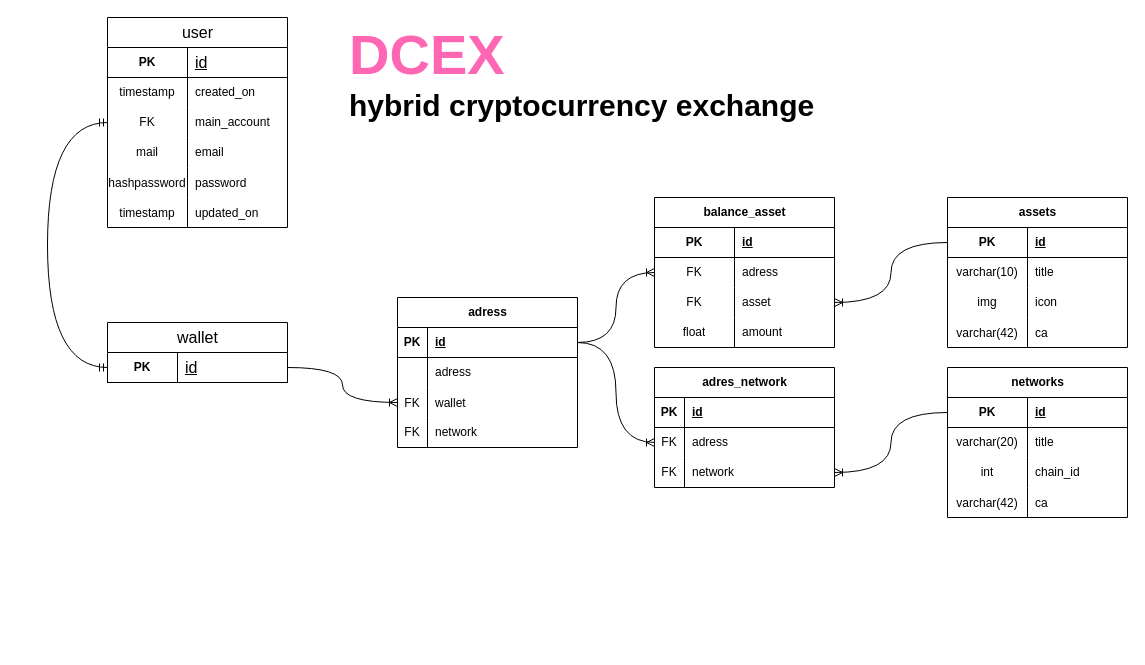
on3ginnn/DCEX keeps this draw.io diagram as dCEX_ER.drawio. Above is the earlier version. Source tidied: cells renumbered, new cells numbered last; positions are measured from the earlier drawing's top-left corner, leaving out a move shared by most shapes. Both pictures are drawn from the tidied source at 100%, with x=0, y=0 at pixel (47, 17).
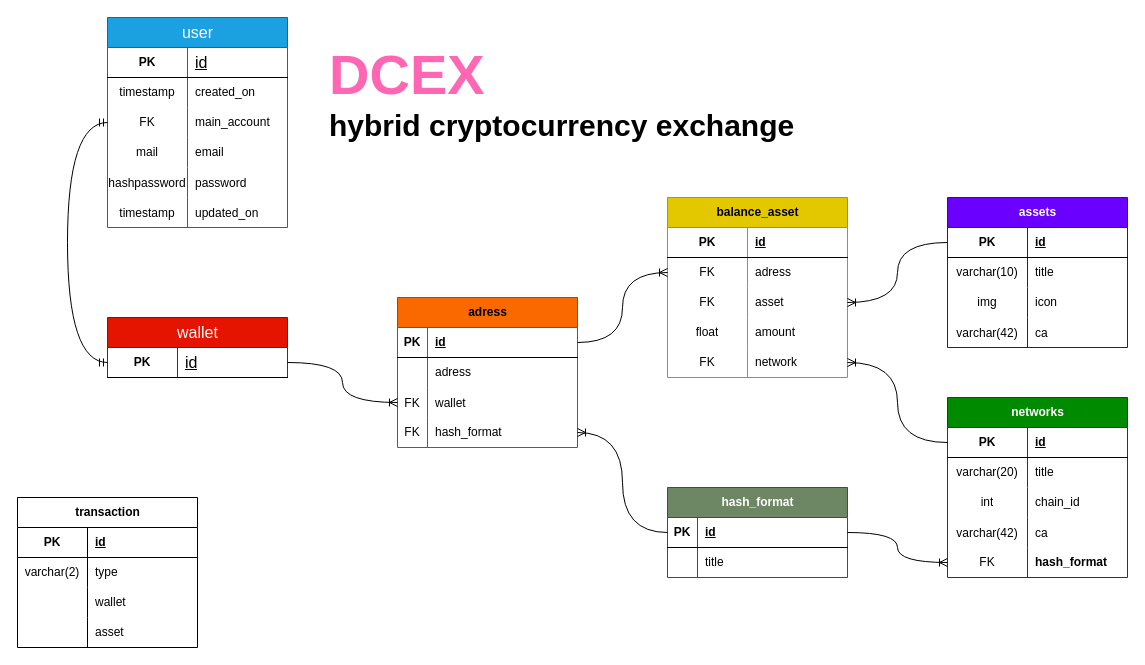
After the change.

Unchanged cells that the change refers to:
```xml
<mxCell id="9" style="shape=tableRow;horizontal=0;startSize=0;swimlaneHead=0;swimlaneBody=0;fillColor=none;points=[[0,0.5],[1,0.5]];portConstraint=eastwest;top=0;left=0;right=0;bottom=0;" parent="2" vertex="1">
  <mxGeometry y="90" width="180" height="30" as="geometry" />
</mxCell>
<mxCell id="49" style="shape=tableRow;horizontal=0;startSize=0;swimlaneHead=0;swimlaneBody=0;fillColor=none;points=[[0,0.5],[1,0.5]];portConstraint=eastwest;top=0;left=0;right=0;bottom=1;" parent="48" vertex="1">
  <mxGeometry y="30" width="180" height="30" as="geometry" />
</mxCell>
<mxCell id="55" style="shape=tableRow;horizontal=0;startSize=0;swimlaneHead=0;swimlaneBody=0;fillColor=none;points=[[0,0.5],[1,0.5]];portConstraint=eastwest;top=0;left=0;right=0;bottom=1;" parent="54" vertex="1">
  <mxGeometry y="30" width="180" height="30" as="geometry" />
</mxCell>
<mxCell id="64" style="shape=tableRow;horizontal=0;startSize=0;swimlaneHead=0;swimlaneBody=0;fillColor=none;points=[[0,0.5],[1,0.5]];portConstraint=eastwest;top=0;left=0;right=0;bottom=0;" parent="54" vertex="1">
  <mxGeometry y="120" width="180" height="30" as="geometry" />
</mxCell>
<mxCell id="70" style="shape=tableRow;horizontal=0;startSize=0;swimlaneHead=0;swimlaneBody=0;fillColor=none;points=[[0,0.5],[1,0.5]];portConstraint=eastwest;top=0;left=0;right=0;bottom=1;" parent="69" vertex="1">
  <mxGeometry y="30" width="180" height="30" as="geometry" />
</mxCell>
<mxCell id="83" style="shape=tableRow;horizontal=0;startSize=0;swimlaneHead=0;swimlaneBody=0;fillColor=none;points=[[0,0.5],[1,0.5]];portConstraint=eastwest;top=0;left=0;right=0;bottom=1;" parent="82" vertex="1">
  <mxGeometry y="30" width="180" height="30" as="geometry" />
</mxCell>
<mxCell id="86" style="shape=tableRow;horizontal=0;startSize=0;swimlaneHead=0;swimlaneBody=0;fillColor=none;points=[[0,0.5],[1,0.5]];portConstraint=eastwest;top=0;left=0;right=0;bottom=0;" parent="82" vertex="1">
  <mxGeometry y="60" width="180" height="30" as="geometry" />
</mxCell>
```

Change to the diagram source:
```diff
@@
-    <mxCell id="2" value="&lt;span style=&quot;font-size: 16px; font-weight: 400;&quot;&gt;user&lt;/span&gt;" style="shape=table;startSize=30;childLayout=tableLayout;rowLines=0;fontStyle=1;align=center;html=1;" parent="1" vertex="1">
+    <mxCell id="2" value="&lt;span style=&quot;font-size: 16px; font-weight: 400;&quot;&gt;user&lt;/span&gt;" style="shape=table;startSize=30;childLayout=tableLayout;rowLines=0;fontStyle=1;align=center;html=1;fillColor=#1ba1e2;strokeColor=#006EAF;fontColor=#ffffff;" parent="1" vertex="1">
       <mxGeometry x="60" width="180" height="210" as="geometry" />
     </mxCell>
@@
-    <mxCell id="21" value="balance_asset" style="shape=table;startSize=30;childLayout=tableLayout;rowLines=0;fontStyle=1;align=center;html=1;" parent="1" vertex="1">
-      <mxGeometry x="607" y="180" width="180" height="150" as="geometry" />
+    <mxCell id="21" value="balance_asset" style="shape=table;startSize=30;childLayout=tableLayout;rowLines=0;fontStyle=1;align=center;html=1;fillColor=#e3c800;fontColor=#000000;strokeColor=#B09500;" parent="1" vertex="1">
+      <mxGeometry x="620" y="180" width="180" height="180" as="geometry" />
     </mxCell>
@@
+    <mxCell id="94" style="shape=tableRow;horizontal=0;startSize=0;swimlaneHead=0;swimlaneBody=0;fillColor=none;points=[[0,0.5],[1,0.5]];portConstraint=eastwest;top=0;left=0;right=0;bottom=0;" parent="21" vertex="1">
+      <mxGeometry y="150" width="180" height="30" as="geometry" />
+    </mxCell>
+    <mxCell id="95" value="FK" style="shape=partialRectangle;fillColor=none;top=0;left=0;bottom=0;right=0;fontStyle=0;overflow=hidden;whiteSpace=wrap;html=1;" parent="94" vertex="1">
+      <mxGeometry width="80" height="30" as="geometry" />
+    </mxCell>
+    <mxCell id="91" value="network" style="shape=partialRectangle;fillColor=none;top=0;left=0;bottom=0;right=0;align=left;spacingLeft=6;fontStyle=0;overflow=hidden;whiteSpace=wrap;html=1;" parent="94" vertex="1">
+      <mxGeometry x="80" width="100" height="30" as="geometry" />
+    </mxCell>
@@
-    <mxCell id="35" value="assets" style="shape=table;startSize=30;childLayout=tableLayout;rowLines=0;fontStyle=1;align=center;html=1;" parent="1" vertex="1">
+    <mxCell id="35" value="assets" style="shape=table;startSize=30;childLayout=tableLayout;rowLines=0;fontStyle=1;align=center;html=1;fillColor=#6a00ff;fontColor=#ffffff;strokeColor=#3700CC;" parent="1" vertex="1">
       <mxGeometry x="900" y="180" width="180" height="150" as="geometry" />
     </mxCell>
@@
-    <mxCell id="48" value="&lt;span style=&quot;font-size: 16px; font-weight: 400;&quot;&gt;wallet&lt;/span&gt;" style="shape=table;startSize=30;childLayout=tableLayout;rowLines=0;fontStyle=1;align=center;html=1;" parent="1" vertex="1">
-      <mxGeometry x="60" y="305" width="180" height="60" as="geometry" />
+    <mxCell id="48" value="&lt;span style=&quot;font-size: 16px; font-weight: 400;&quot;&gt;wallet&lt;/span&gt;" style="shape=table;startSize=30;childLayout=tableLayout;rowLines=0;fontStyle=1;align=center;html=1;fillColor=#e51400;strokeColor=#B20000;fontColor=#ffffff;" parent="1" vertex="1">
+      <mxGeometry x="60" y="300" width="180" height="60" as="geometry" />
     </mxCell>
@@
     <mxCell id="52" style="edgeStyle=orthogonalEdgeStyle;fontSize=12;html=1;endArrow=ERmandOne;startArrow=ERmandOne;rounded=0;exitX=0;exitY=0.5;exitDx=0;exitDy=0;entryX=0;entryY=0.5;entryDx=0;entryDy=0;curved=1;" parent="1" edge="1" source="9" target="49">
       <mxGeometry relative="1" as="geometry">
         <Array as="points">
-          <mxPoint y="105" />
-          <mxPoint y="350" />
+          <mxPoint x="20" y="105" />
+          <mxPoint x="20" y="345" />
         </Array>
       </mxGeometry>
     </mxCell>
     <mxCell id="53" value="&lt;font style=&quot;font-size: 56px;&quot;&gt;DCEX&amp;nbsp;&lt;/font&gt;&lt;div&gt;&lt;font color=&quot;#000000&quot;&gt;hybrid cryptocurrency exchange&lt;/font&gt;&lt;/div&gt;" style="text;html=1;align=left;verticalAlign=middle;whiteSpace=wrap;rounded=0;fontSize=30;fontStyle=1;fontColor=#FF66B3;" parent="1" vertex="1">
-      <mxGeometry x="300" width="610" height="110" as="geometry" />
+      <mxGeometry x="280" y="20" width="610" height="110" as="geometry" />
     </mxCell>
-    <mxCell id="54" value="adress" style="shape=table;startSize=30;childLayout=tableLayout;rowLines=0;fontStyle=1;align=center;html=1;" parent="1" vertex="1">
+    <mxCell id="54" value="adress" style="shape=table;startSize=30;childLayout=tableLayout;rowLines=0;fontStyle=1;align=center;html=1;fillColor=#fa6800;fontColor=#000000;strokeColor=#C73500;" parent="1" vertex="1">
       <mxGeometry x="350" y="280" width="180" height="150" as="geometry" />
     </mxCell>
@@
-    <mxCell id="66" value="network" style="shape=partialRectangle;fillColor=none;top=0;left=0;bottom=0;right=0;align=left;spacingLeft=6;fontStyle=0;overflow=hidden;whiteSpace=wrap;html=1;" parent="64" vertex="1">
+    <mxCell id="66" value="hash_format" style="shape=partialRectangle;fillColor=none;top=0;left=0;bottom=0;right=0;align=left;spacingLeft=6;fontStyle=0;overflow=hidden;whiteSpace=wrap;html=1;" parent="64" vertex="1">
       <mxGeometry x="30" width="150" height="30" as="geometry" />
     </mxCell>
@@
-    <mxCell id="69" value="networks" style="shape=table;startSize=30;childLayout=tableLayout;rowLines=0;fontStyle=1;align=center;html=1;" parent="1" vertex="1">
-      <mxGeometry x="900" y="350" width="180" height="150" as="geometry" />
+    <mxCell id="69" value="networks" style="shape=table;startSize=30;childLayout=tableLayout;rowLines=0;fontStyle=1;align=center;html=1;fillColor=#008a00;fontColor=#ffffff;strokeColor=#005700;" parent="1" vertex="1">
+      <mxGeometry x="900" y="380" width="180" height="180" as="geometry" />
     </mxCell>
@@
+    <mxCell id="96" style="shape=tableRow;horizontal=0;startSize=0;swimlaneHead=0;swimlaneBody=0;fillColor=none;points=[[0,0.5],[1,0.5]];portConstraint=eastwest;top=0;left=0;right=0;bottom=0;" parent="69" vertex="1">
+      <mxGeometry y="150" width="180" height="30" as="geometry" />
+    </mxCell>
+    <mxCell id="97" value="FK" style="shape=partialRectangle;fillColor=none;top=0;left=0;bottom=0;right=0;fontStyle=0;overflow=hidden;whiteSpace=wrap;html=1;" parent="96" vertex="1">
+      <mxGeometry width="80" height="30" as="geometry" />
+    </mxCell>
+    <mxCell id="98" value="&lt;span style=&quot;font-weight: 700; text-align: center; text-wrap: nowrap;&quot;&gt;hash_format&lt;/span&gt;" style="shape=partialRectangle;fillColor=none;top=0;left=0;bottom=0;right=0;align=left;spacingLeft=6;fontStyle=0;overflow=hidden;whiteSpace=wrap;html=1;" parent="96" vertex="1">
+      <mxGeometry x="80" width="100" height="30" as="geometry" />
+    </mxCell>
-    <mxCell id="82" value="adres_network" style="shape=table;startSize=30;childLayout=tableLayout;rowLines=0;fontStyle=1;align=center;html=1;" parent="1" vertex="1">
-      <mxGeometry x="607" y="350" width="180" height="120" as="geometry" />
+    <mxCell id="82" value="hash_format" style="shape=table;startSize=30;childLayout=tableLayout;rowLines=0;fontStyle=1;align=center;html=1;fillColor=#6d8764;fontColor=#ffffff;strokeColor=#3A5431;" parent="1" vertex="1">
+      <mxGeometry x="620" y="470" width="180" height="90" as="geometry" />
     </mxCell>
@@
-    <mxCell id="87" value="FK" style="shape=partialRectangle;fillColor=none;top=0;left=0;bottom=0;right=0;overflow=hidden;whiteSpace=wrap;html=1;" parent="86" vertex="1">
+    <mxCell id="87" style="shape=partialRectangle;fillColor=none;top=0;left=0;bottom=0;right=0;overflow=hidden;whiteSpace=wrap;html=1;" parent="86" vertex="1">
       <mxGeometry width="30" height="30" as="geometry" />
     </mxCell>
-    <mxCell id="88" value="adress" style="shape=partialRectangle;fillColor=none;top=0;left=0;bottom=0;right=0;align=left;spacingLeft=6;overflow=hidden;whiteSpace=wrap;html=1;" parent="86" vertex="1">
+    <mxCell id="88" value="title" style="shape=partialRectangle;fillColor=none;top=0;left=0;bottom=0;right=0;align=left;spacingLeft=6;overflow=hidden;whiteSpace=wrap;html=1;" parent="86" vertex="1">
       <mxGeometry x="30" width="150" height="30" as="geometry" />
     </mxCell>
+    <mxCell id="93" style="edgeStyle=orthogonalEdgeStyle;fontSize=12;html=1;endArrow=ERoneToMany;rounded=0;entryX=1;entryY=0.5;entryDx=0;entryDy=0;exitX=0;exitY=0.5;exitDx=0;exitDy=0;curved=1;" parent="1" edge="1" source="70" target="94">
+      <mxGeometry relative="1" as="geometry" />
+    </mxCell>
+    <mxCell id="99" value="transaction" style="shape=table;startSize=30;childLayout=tableLayout;rowLines=0;fontStyle=1;align=center;html=1;" parent="1" vertex="1">
+      <mxGeometry x="-30" y="480" width="180" height="150" as="geometry" />
+    </mxCell>
+    <mxCell id="100" style="shape=tableRow;horizontal=0;startSize=0;swimlaneHead=0;swimlaneBody=0;fillColor=none;top=0;left=0;right=0;bottom=1;" parent="99" vertex="1">
+      <mxGeometry y="30" width="180" height="30" as="geometry" />
+    </mxCell>
+    <mxCell id="101" value="PK" style="shape=partialRectangle;fillColor=none;top=0;left=0;bottom=0;right=0;fontStyle=1;overflow=hidden;whiteSpace=wrap;html=1;" parent="100" vertex="1">
+      <mxGeometry width="70" height="30" as="geometry" />
+    </mxCell>
+    <mxCell id="102" value="id" style="shape=partialRectangle;fillColor=none;top=0;left=0;bottom=0;right=0;align=left;spacingLeft=6;fontStyle=5;overflow=hidden;whiteSpace=wrap;html=1;" parent="100" vertex="1">
+      <mxGeometry x="70" width="110" height="30" as="geometry" />
+    </mxCell>
+    <mxCell id="103" style="shape=tableRow;horizontal=0;startSize=0;swimlaneHead=0;swimlaneBody=0;fillColor=none;top=0;left=0;right=0;bottom=0;" parent="99" vertex="1">
+      <mxGeometry y="60" width="180" height="30" as="geometry" />
+    </mxCell>
+    <mxCell id="104" value="varchar(2)" style="shape=partialRectangle;fillColor=none;top=0;left=0;bottom=0;right=0;overflow=hidden;whiteSpace=wrap;html=1;" parent="103" vertex="1">
+      <mxGeometry width="70" height="30" as="geometry" />
+    </mxCell>
+    <mxCell id="105" value="type" style="shape=partialRectangle;fillColor=none;top=0;left=0;bottom=0;right=0;align=left;spacingLeft=6;overflow=hidden;whiteSpace=wrap;html=1;" parent="103" vertex="1">
+      <mxGeometry x="70" width="110" height="30" as="geometry" />
+    </mxCell>
-    <mxCell id="89" style="shape=tableRow;horizontal=0;startSize=0;swimlaneHead=0;swimlaneBody=0;fillColor=none;points=[[0,0.5],[1,0.5]];portConstraint=eastwest;top=0;left=0;right=0;bottom=0;" parent="82" vertex="1">
+    <mxCell id="89" style="shape=tableRow;horizontal=0;startSize=0;swimlaneHead=0;swimlaneBody=0;fillColor=none;points=[[0,0.5],[1,0.5]];portConstraint=eastwest;top=0;left=0;right=0;bottom=0;" parent="99" vertex="1">
       <mxGeometry y="90" width="180" height="30" as="geometry" />
     </mxCell>
-    <mxCell id="90" value="FK" style="shape=partialRectangle;fillColor=none;top=0;left=0;bottom=0;right=0;overflow=hidden;whiteSpace=wrap;html=1;" parent="89" vertex="1">
-      <mxGeometry width="30" height="30" as="geometry" />
-    </mxCell>
-    <mxCell id="91" value="network" style="shape=partialRectangle;fillColor=none;top=0;left=0;bottom=0;right=0;align=left;spacingLeft=6;overflow=hidden;whiteSpace=wrap;html=1;" parent="89" vertex="1">
-      <mxGeometry x="30" width="150" height="30" as="geometry" />
-    </mxCell>
-    <mxCell id="92" style="edgeStyle=orthogonalEdgeStyle;fontSize=12;html=1;endArrow=ERoneToMany;rounded=0;entryX=0;entryY=0.5;entryDx=0;entryDy=0;exitX=1;exitY=0.5;exitDx=0;exitDy=0;curved=1;" parent="1" edge="1" source="55" target="86">
-      <mxGeometry relative="1" as="geometry" />
-    </mxCell>
-    <mxCell id="93" style="edgeStyle=orthogonalEdgeStyle;fontSize=12;html=1;endArrow=ERoneToMany;rounded=0;entryX=1;entryY=0.5;entryDx=0;entryDy=0;exitX=0;exitY=0.5;exitDx=0;exitDy=0;curved=1;" parent="1" edge="1" source="70" target="89">
-      <mxGeometry relative="1" as="geometry" />
-    </mxCell>
+    <mxCell id="106" style="shape=partialRectangle;fillColor=none;top=0;left=0;bottom=0;right=0;overflow=hidden;whiteSpace=wrap;html=1;" parent="89" vertex="1">
+      <mxGeometry width="70" height="30" as="geometry" />
+    </mxCell>
+    <mxCell id="107" value="wallet" style="shape=partialRectangle;fillColor=none;top=0;left=0;bottom=0;right=0;align=left;spacingLeft=6;overflow=hidden;whiteSpace=wrap;html=1;" parent="89" vertex="1">
+      <mxGeometry x="70" width="110" height="30" as="geometry" />
+    </mxCell>
+    <mxCell id="108" style="shape=tableRow;horizontal=0;startSize=0;swimlaneHead=0;swimlaneBody=0;fillColor=none;top=0;left=0;right=0;bottom=0;" parent="99" vertex="1">
+      <mxGeometry y="120" width="180" height="30" as="geometry" />
+    </mxCell>
+    <mxCell id="109" style="shape=partialRectangle;fillColor=none;top=0;left=0;bottom=0;right=0;overflow=hidden;whiteSpace=wrap;html=1;" parent="108" vertex="1">
+      <mxGeometry width="70" height="30" as="geometry" />
+    </mxCell>
+    <mxCell id="110" value="asset" style="shape=partialRectangle;fillColor=none;top=0;left=0;bottom=0;right=0;align=left;spacingLeft=6;overflow=hidden;whiteSpace=wrap;html=1;" parent="108" vertex="1">
+      <mxGeometry x="70" width="110" height="30" as="geometry" />
+    </mxCell>
+    <mxCell id="111" style="fontSize=12;html=1;endArrow=ERoneToMany;rounded=0;exitX=0;exitY=0.5;exitDx=0;exitDy=0;entryX=1;entryY=0.5;entryDx=0;entryDy=0;edgeStyle=orthogonalEdgeStyle;curved=1;" parent="1" edge="1" source="83" target="64">
+      <mxGeometry relative="1" as="geometry" />
+    </mxCell>
+    <mxCell id="112" style="edgeStyle=orthogonalEdgeStyle;fontSize=12;html=1;endArrow=ERoneToMany;rounded=0;entryX=0;entryY=0.5;entryDx=0;entryDy=0;exitX=1;exitY=0.5;exitDx=0;exitDy=0;curved=1;" parent="1" edge="1" source="83" target="96">
+      <mxGeometry relative="1" as="geometry" />
+    </mxCell>
```
